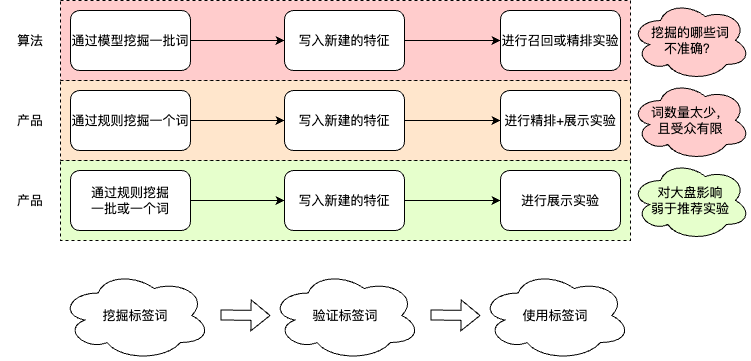
Before: work-draw-file/标签词库背景.png, a diagram exported from draw.io (liujunao/draw-data). Source tidied: cells renumbered, new cells last; positions are measured from the earlier drawing's top-left corner, leaving out a move shared by most shapes. Source of this version:
```xml
<mxGraphModel>
  <root>
    <mxCell id="0" />
    <mxCell id="1" parent="0" />
    <mxCell id="2" style="rounded=0;whiteSpace=wrap;html=1;dashed=1;fillColor=#FFCCCC;" parent="1" vertex="1">
      <mxGeometry x="60" width="570" height="80" as="geometry" />
    </mxCell>
    <mxCell id="3" style="edgeStyle=orthogonalEdgeStyle;rounded=0;jettySize=auto;html=1;exitX=1;exitY=0.5;exitDx=0;exitDy=0;" parent="1" edge="1" source="4" target="6">
      <mxGeometry relative="1" as="geometry" />
    </mxCell>
    <mxCell id="4" value="通过模型挖掘一批词" style="rounded=1;whiteSpace=wrap;html=1;" parent="1" vertex="1">
      <mxGeometry x="70" y="10" width="120" height="60" as="geometry" />
    </mxCell>
    <mxCell id="5" style="edgeStyle=orthogonalEdgeStyle;rounded=0;jettySize=auto;html=1;exitX=1;exitY=0.5;exitDx=0;exitDy=0;" parent="1" edge="1" source="6" target="7">
      <mxGeometry relative="1" as="geometry" />
    </mxCell>
    <mxCell id="6" value="写入新建的特征" style="rounded=1;whiteSpace=wrap;html=1;" parent="1" vertex="1">
      <mxGeometry x="284" y="10" width="120" height="60" as="geometry" />
    </mxCell>
    <mxCell id="7" value="进行召回或精排实验" style="rounded=1;whiteSpace=wrap;html=1;" parent="1" vertex="1">
      <mxGeometry x="500" y="10" width="120" height="60" as="geometry" />
    </mxCell>
    <mxCell id="8" value="挖掘的哪些词&lt;br&gt;不准确？" style="ellipse;shape=cloud;whiteSpace=wrap;html=1;fillColor=#FFCCCC;" parent="1" vertex="1">
      <mxGeometry x="630" width="120" height="80" as="geometry" />
    </mxCell>
    <mxCell id="9" style="rounded=0;whiteSpace=wrap;html=1;dashed=1;fillColor=#FFE6CC;" parent="1" vertex="1">
      <mxGeometry x="60" y="80" width="570" height="80" as="geometry" />
    </mxCell>
    <mxCell id="10" style="edgeStyle=orthogonalEdgeStyle;rounded=0;jettySize=auto;html=1;exitX=1;exitY=0.5;exitDx=0;exitDy=0;" parent="1" edge="1" source="11" target="13">
      <mxGeometry relative="1" as="geometry" />
    </mxCell>
    <mxCell id="11" value="通过规则挖掘一个词" style="rounded=1;whiteSpace=wrap;html=1;" parent="1" vertex="1">
      <mxGeometry x="70" y="90" width="120" height="60" as="geometry" />
    </mxCell>
    <mxCell id="12" style="edgeStyle=orthogonalEdgeStyle;rounded=0;jettySize=auto;html=1;exitX=1;exitY=0.5;exitDx=0;exitDy=0;" parent="1" edge="1" source="13" target="14">
      <mxGeometry relative="1" as="geometry" />
    </mxCell>
    <mxCell id="13" value="写入新建的特征" style="rounded=1;whiteSpace=wrap;html=1;" parent="1" vertex="1">
      <mxGeometry x="284" y="90" width="120" height="60" as="geometry" />
    </mxCell>
    <mxCell id="14" value="进行精排+展示实验" style="rounded=1;whiteSpace=wrap;html=1;" parent="1" vertex="1">
      <mxGeometry x="500" y="90" width="120" height="60" as="geometry" />
    </mxCell>
    <mxCell id="15" value="词数量太少，&lt;br&gt;且受众有限" style="ellipse;shape=cloud;whiteSpace=wrap;html=1;fillColor=#FFCCCC;" parent="1" vertex="1">
      <mxGeometry x="630" y="80" width="120" height="80" as="geometry" />
    </mxCell>
    <mxCell id="16" style="rounded=0;whiteSpace=wrap;html=1;dashed=1;fillColor=#E6FFCC;" parent="1" vertex="1">
      <mxGeometry x="60" y="160" width="570" height="80" as="geometry" />
    </mxCell>
    <mxCell id="17" style="edgeStyle=orthogonalEdgeStyle;rounded=0;jettySize=auto;html=1;exitX=1;exitY=0.5;exitDx=0;exitDy=0;" parent="1" edge="1" source="18" target="20">
      <mxGeometry relative="1" as="geometry" />
    </mxCell>
    <mxCell id="18" value="通过规则挖掘&lt;br&gt;一批或一个词" style="rounded=1;whiteSpace=wrap;html=1;" parent="1" vertex="1">
      <mxGeometry x="70" y="170" width="120" height="60" as="geometry" />
    </mxCell>
    <mxCell id="19" style="edgeStyle=orthogonalEdgeStyle;rounded=0;jettySize=auto;html=1;exitX=1;exitY=0.5;exitDx=0;exitDy=0;" parent="1" edge="1" source="20" target="21">
      <mxGeometry relative="1" as="geometry" />
    </mxCell>
    <mxCell id="20" value="写入新建的特征" style="rounded=1;whiteSpace=wrap;html=1;" parent="1" vertex="1">
      <mxGeometry x="284" y="170" width="120" height="60" as="geometry" />
    </mxCell>
    <mxCell id="21" value="进行展示实验" style="rounded=1;whiteSpace=wrap;html=1;" parent="1" vertex="1">
      <mxGeometry x="500" y="170" width="120" height="60" as="geometry" />
    </mxCell>
    <mxCell id="22" value="对大盘影响&lt;br&gt;弱于推荐实验" style="ellipse;shape=cloud;whiteSpace=wrap;html=1;fillColor=#E6FFCC;" parent="1" vertex="1">
      <mxGeometry x="630" y="160" width="120" height="80" as="geometry" />
    </mxCell>
    <mxCell id="23" value="算法" style="text;html=1;strokeColor=none;fillColor=none;align=center;verticalAlign=middle;whiteSpace=wrap;rounded=0;" parent="1" vertex="1">
      <mxGeometry y="25" width="60" height="30" as="geometry" />
    </mxCell>
    <mxCell id="24" value="产品" style="text;html=1;strokeColor=none;fillColor=none;align=center;verticalAlign=middle;whiteSpace=wrap;rounded=0;" parent="1" vertex="1">
      <mxGeometry y="105" width="60" height="30" as="geometry" />
    </mxCell>
    <mxCell id="25" value="产品" style="text;html=1;strokeColor=none;fillColor=none;align=center;verticalAlign=middle;whiteSpace=wrap;rounded=0;" parent="1" vertex="1">
      <mxGeometry y="185" width="60" height="30" as="geometry" />
    </mxCell>
    <mxCell id="26" value="挖掘标签词" style="ellipse;shape=cloud;whiteSpace=wrap;html=1;" parent="1" vertex="1">
      <mxGeometry x="60" y="270" width="150" height="90" as="geometry" />
    </mxCell>
    <mxCell id="27" value="验证标签词" style="ellipse;shape=cloud;whiteSpace=wrap;html=1;" parent="1" vertex="1">
      <mxGeometry x="270" y="270" width="150" height="90" as="geometry" />
    </mxCell>
    <mxCell id="28" value="使用标签词" style="ellipse;shape=cloud;whiteSpace=wrap;html=1;" parent="1" vertex="1">
      <mxGeometry x="480" y="270" width="150" height="90" as="geometry" />
    </mxCell>
    <mxCell id="29" style="shape=flexArrow;endArrow=classic;html=1;rounded=0;" parent="1" edge="1">
      <mxGeometry relative="1" as="geometry">
        <mxPoint x="220" y="314.5" as="sourcePoint" />
        <mxPoint x="270" y="315" as="targetPoint" />
      </mxGeometry>
    </mxCell>
    <mxCell id="30" style="shape=flexArrow;endArrow=classic;html=1;rounded=0;" parent="1" edge="1">
      <mxGeometry relative="1" as="geometry">
        <mxPoint x="430" y="314.5" as="sourcePoint" />
        <mxPoint x="480" y="315" as="targetPoint" />
      </mxGeometry>
    </mxCell>
  </root>
</mxGraphModel>
```
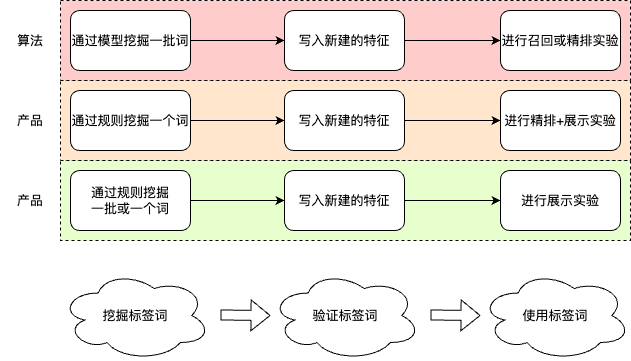
Above is the later version.

Commit message:
更新标签词库背景.png

Diff of the diagram source:
```diff
@@ -20,9 +20,6 @@
     <mxCell id="7" value="进行召回或精排实验" style="rounded=1;whiteSpace=wrap;html=1;" parent="1" vertex="1">
       <mxGeometry x="500" y="10" width="120" height="60" as="geometry" />
     </mxCell>
-    <mxCell id="8" value="挖掘的哪些词&lt;br&gt;不准确？" style="ellipse;shape=cloud;whiteSpace=wrap;html=1;fillColor=#FFCCCC;" parent="1" vertex="1">
-      <mxGeometry x="630" width="120" height="80" as="geometry" />
-    </mxCell>
     <mxCell id="9" style="rounded=0;whiteSpace=wrap;html=1;dashed=1;fillColor=#FFE6CC;" parent="1" vertex="1">
       <mxGeometry x="60" y="80" width="570" height="80" as="geometry" />
     </mxCell>
@@ -41,9 +38,6 @@
     <mxCell id="14" value="进行精排+展示实验" style="rounded=1;whiteSpace=wrap;html=1;" parent="1" vertex="1">
       <mxGeometry x="500" y="90" width="120" height="60" as="geometry" />
     </mxCell>
-    <mxCell id="15" value="词数量太少，&lt;br&gt;且受众有限" style="ellipse;shape=cloud;whiteSpace=wrap;html=1;fillColor=#FFCCCC;" parent="1" vertex="1">
-      <mxGeometry x="630" y="80" width="120" height="80" as="geometry" />
-    </mxCell>
     <mxCell id="16" style="rounded=0;whiteSpace=wrap;html=1;dashed=1;fillColor=#E6FFCC;" parent="1" vertex="1">
       <mxGeometry x="60" y="160" width="570" height="80" as="geometry" />
     </mxCell>
@@ -62,9 +56,6 @@
     <mxCell id="21" value="进行展示实验" style="rounded=1;whiteSpace=wrap;html=1;" parent="1" vertex="1">
       <mxGeometry x="500" y="170" width="120" height="60" as="geometry" />
     </mxCell>
-    <mxCell id="22" value="对大盘影响&lt;br&gt;弱于推荐实验" style="ellipse;shape=cloud;whiteSpace=wrap;html=1;fillColor=#E6FFCC;" parent="1" vertex="1">
-      <mxGeometry x="630" y="160" width="120" height="80" as="geometry" />
-    </mxCell>
     <mxCell id="23" value="算法" style="text;html=1;strokeColor=none;fillColor=none;align=center;verticalAlign=middle;whiteSpace=wrap;rounded=0;" parent="1" vertex="1">
       <mxGeometry y="25" width="60" height="30" as="geometry" />
     </mxCell>
```
